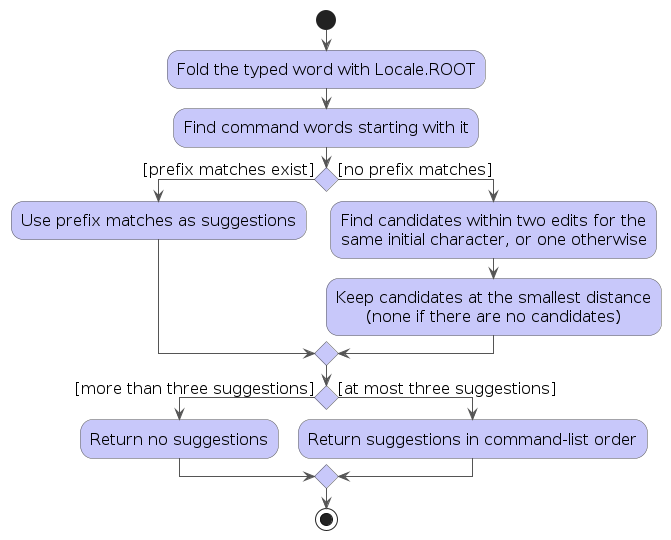
Before: diagrams/CommandWordSuggestion.png, a diagram exported from PlantUML (AY2627S1-CS2103T-T16-1/tp). Its source is kept beside it as diagrams/CommandWordSuggestion.puml. Source of this version:
```plantuml
@startuml
!include style.puml
skinparam defaultFontSize 16
skinparam ArrowFontStyle plain
skinparam activityBackgroundColor LOGIC_COLOR_T1
skinparam activityBorderColor #555555
skinparam arrowColor #555555

start
:Fold the typed word with Locale.ROOT;
:Find command words starting with it;
if () then ([prefix matches exist])
  :Use prefix matches as suggestions;
else ([no prefix matches])
  :Find candidates within two edits for the
  same initial character, or one otherwise;
  :Keep candidates at the smallest distance
  (none if there are no candidates);
endif
if () then ([more than three suggestions])
  :Return no suggestions;
else ([at most three suggestions])
  :Return suggestions in command-list order;
endif
stop
@enduml
```
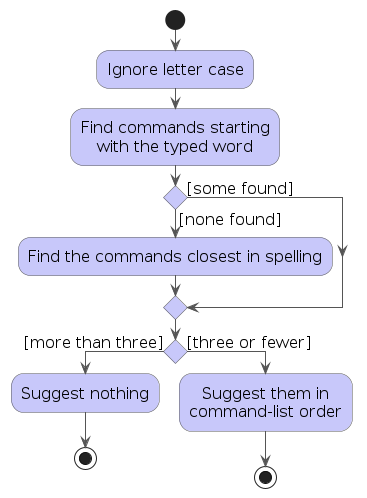
Above is the later version.

What changed in the source:
```diff
@@ -6,21 +6,21 @@
 skinparam activityBorderColor #555555
 skinparam arrowColor #555555
 
+
 start
-:Fold the typed word with Locale.ROOT;
-:Find command words starting with it;
-if () then ([prefix matches exist])
-  :Use prefix matches as suggestions;
-else ([no prefix matches])
-  :Find candidates within two edits for the
-  same initial character, or one otherwise;
-  :Keep candidates at the smallest distance
-  (none if there are no candidates);
+:Ignore letter case;
+:Find commands starting
+with the typed word;
+if () then ([some found])
+else ([none found])
+  :Find the commands closest in spelling;
 endif
-if () then ([more than three suggestions])
-  :Return no suggestions;
-else ([at most three suggestions])
-  :Return suggestions in command-list order;
+if () then ([more than three])
+  :Suggest nothing;
+  stop
+else ([three or fewer])
+  :Suggest them in
+  command-list order;
+  stop
 endif
-stop
 @enduml
```
